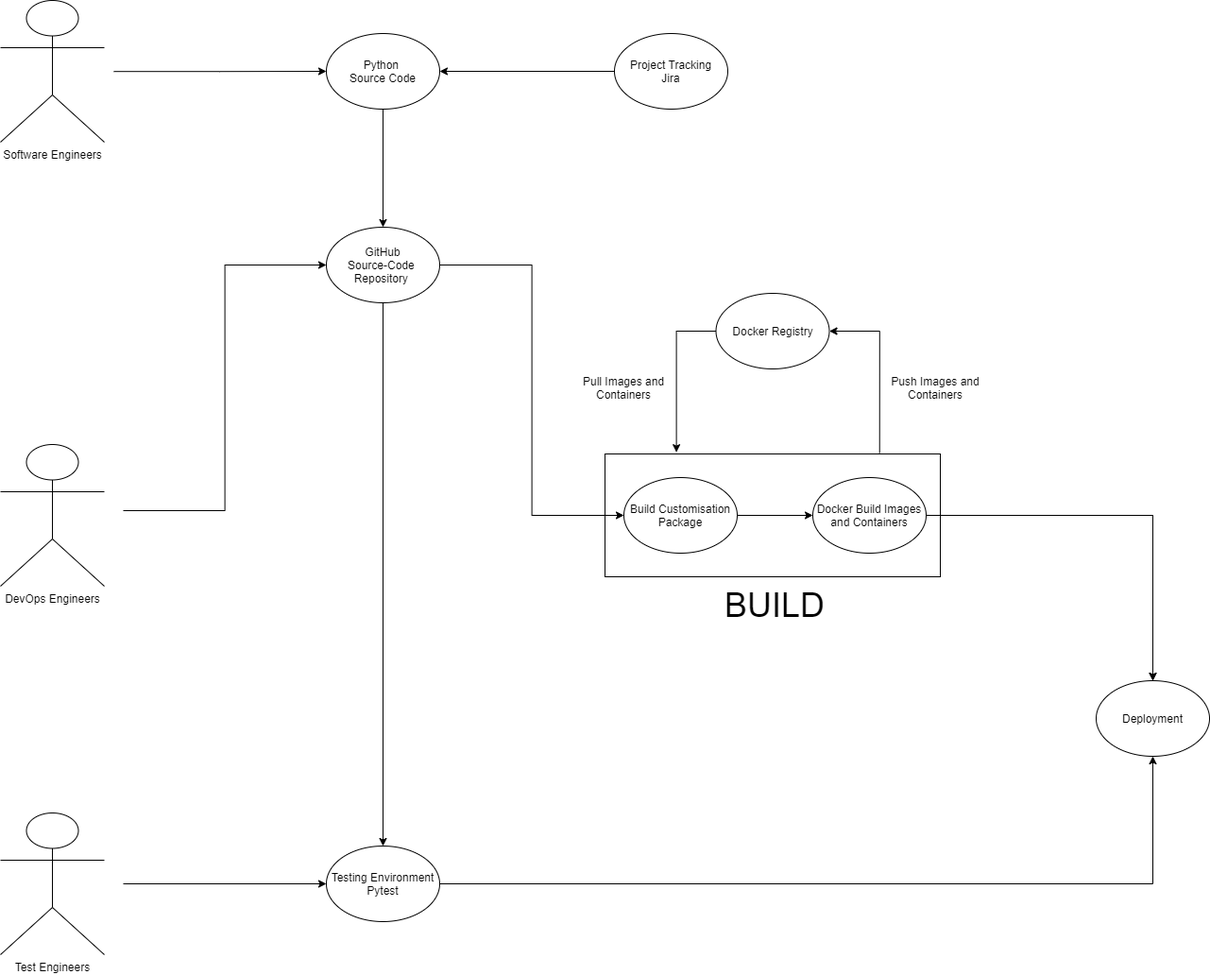
Above: DesignImages/CI-Diagram.png in jackbuzzhealy/QA-Lottery (draw.io), before the change. Source tidied: cells renumbered, new cells last; positions are measured from the earlier drawing's top-left corner, leaving out a move shared by most shapes.
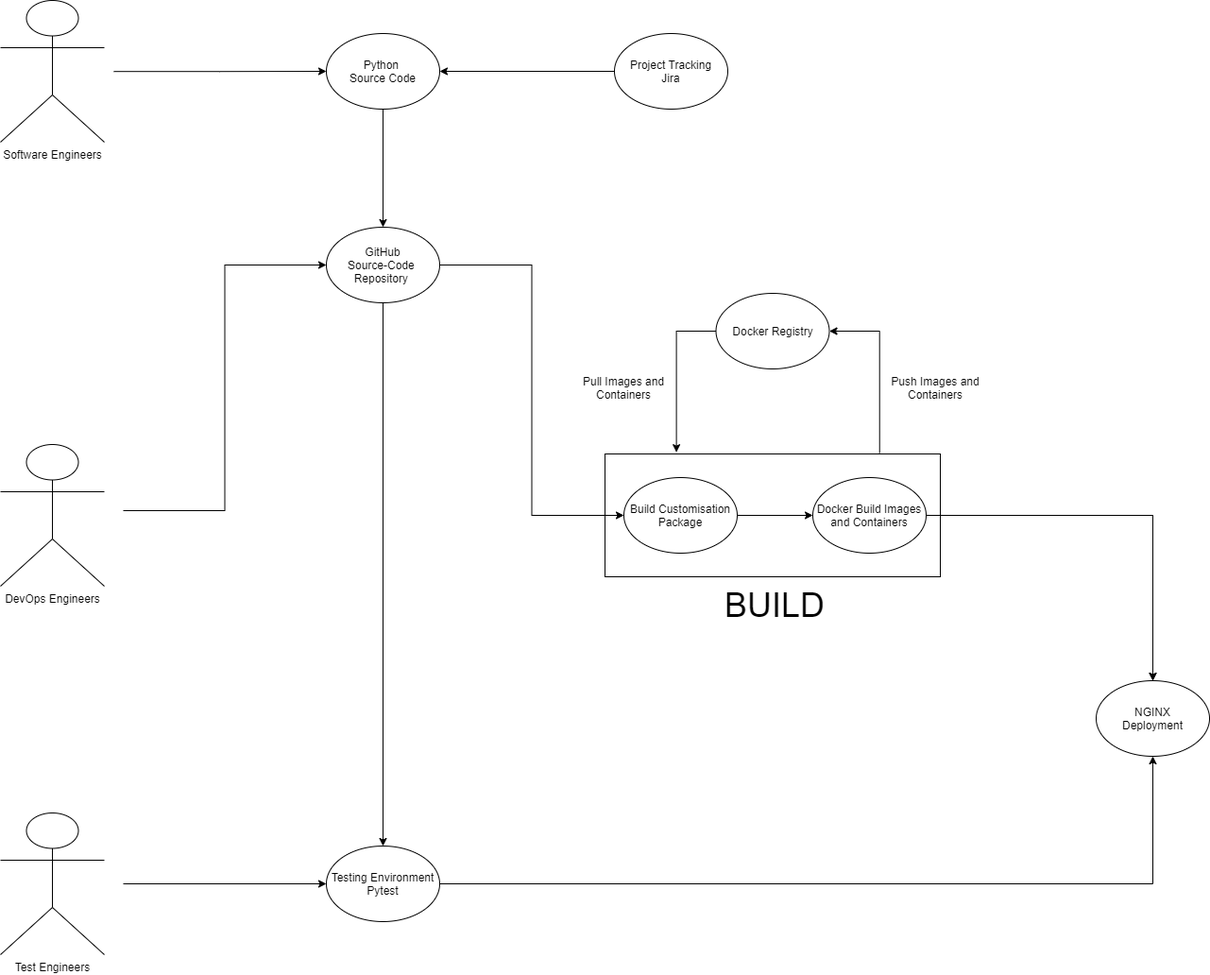
After the change.

Change to the diagram source:
```diff
@@ -50,7 +50,7 @@
     <mxCell id="15" value="Docker Build Images and Containers" style="ellipse;whiteSpace=wrap;html=1;" parent="1" vertex="1">
       <mxGeometry x="860" y="505" width="120" height="80" as="geometry" />
     </mxCell>
-    <mxCell id="16" value="Deployment" style="ellipse;whiteSpace=wrap;html=1;" parent="1" vertex="1">
+    <mxCell id="16" value="NGINX&lt;br&gt;Deployment" style="ellipse;whiteSpace=wrap;html=1;" parent="1" vertex="1">
       <mxGeometry x="1160" y="720" width="120" height="80" as="geometry" />
     </mxCell>
     <mxCell id="17" value="&lt;font style=&quot;font-size: 36px&quot;&gt;BUILD&lt;/font&gt;" style="text;html=1;strokeColor=none;fillColor=none;align=center;verticalAlign=middle;whiteSpace=wrap;rounded=0;" parent="1" vertex="1">
```
